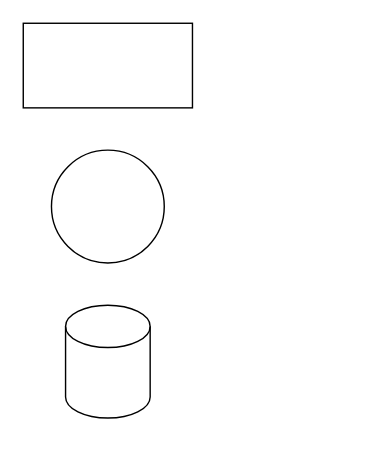
Earlier version of the draw.io diagram alg.drawio (Tatiana0611/GeekBrainsGit). Source tidied: cells renumbered, new cells numbered last; positions are measured from the earlier drawing's top-left corner, leaving out a move shared by most shapes. Both pictures are drawn from the tidied source at 141%, with x=0, y=0 at pixel (23, 23).
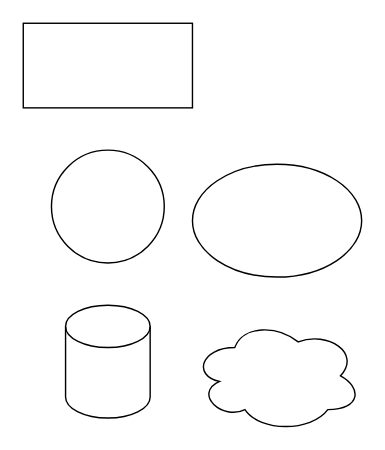
After the change.

Diff of the diagram source:
```diff
@@
 <mxGraphModel>
   <root>
     <mxCell id="0" />
     <mxCell id="1" parent="0" />
     <mxCell id="2" style="rounded=0;whiteSpace=wrap;html=1;" parent="1" vertex="1">
       <mxGeometry width="120" height="60" as="geometry" />
     </mxCell>
     <mxCell id="3" style="ellipse;whiteSpace=wrap;html=1;" parent="1" vertex="1">
       <mxGeometry x="20" y="90" width="80" height="80" as="geometry" />
     </mxCell>
     <mxCell id="4" style="shape=cylinder3;whiteSpace=wrap;html=1;boundedLbl=1;backgroundOutline=1;size=15;" parent="1" vertex="1">
       <mxGeometry x="30" y="200" width="60" height="80" as="geometry" />
     </mxCell>
+    <mxCell id="5" style="ellipse;whiteSpace=wrap;html=1;" parent="1" vertex="1">
+      <mxGeometry x="120" y="100" width="120" height="80" as="geometry" />
+    </mxCell>
+    <mxCell id="6" style="ellipse;shape=cloud;whiteSpace=wrap;html=1;" parent="1" vertex="1">
+      <mxGeometry x="120" y="210" width="120" height="80" as="geometry" />
+    </mxCell>
   </root>
 </mxGraphModel>
```
